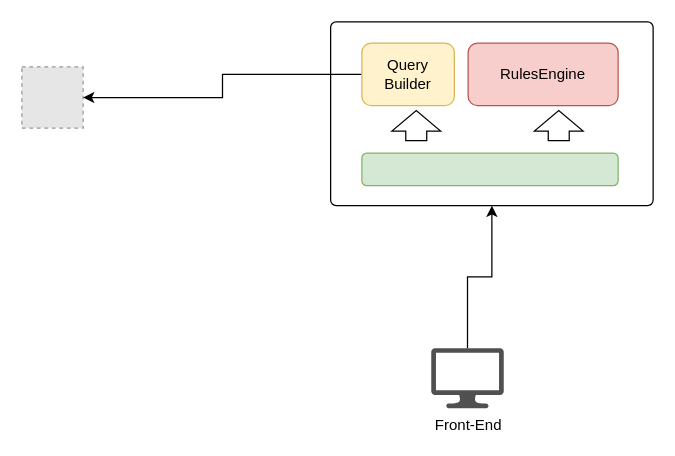
This is RulesEngine.drawio from minhtranes/rulesengine-evaluation, a draw.io file, before an edit. Source tidied: cells renumbered, new cells numbered last; positions are measured from the earlier drawing's top-left corner, leaving out a move shared by most shapes. Both pictures are drawn from the tidied source at 125%, with x=0, y=0 at pixel (21, 21). Pictures stored in the file or linked from it are replaced by grey dashed boxes.
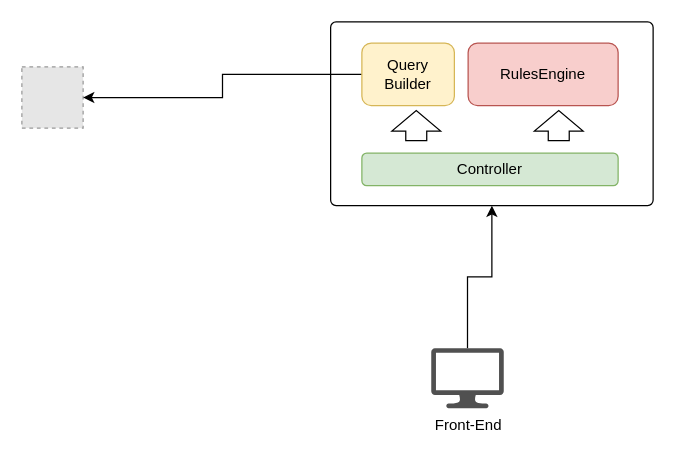
Above is the later version.

What changed in the source:
```diff
@@
 <mxGraphModel>
   <root>
     <mxCell id="0" />
     <mxCell id="1" parent="0" />
     <mxCell id="2" style="rounded=1;whiteSpace=wrap;html=1;verticalAlign=bottom;arcSize=3;" parent="1" vertex="1">
       <mxGeometry x="247" width="258" height="147" as="geometry" />
     </mxCell>
     <mxCell id="3" style="fillColor=#E6E6E6;strokeColor=#999999;dashed=1;verticalLabelPosition=bottom;labelBackgroundColor=default;verticalAlign=middle;" parent="1" vertex="1">
       <mxGeometry y="36" width="49" height="49" as="geometry" />
     </mxCell>
     <mxCell id="4" style="edgeStyle=orthogonalEdgeStyle;rounded=0;jettySize=auto;html=1;entryX=0.5;entryY=1;entryDx=0;entryDy=0;" parent="1" edge="1" source="5" target="2">
       <mxGeometry relative="1" as="geometry" />
     </mxCell>
     <mxCell id="5" value="Front-End" style="sketch=0;shadow=0;dashed=0;html=1;strokeColor=none;fillColor=#505050;labelPosition=center;verticalLabelPosition=bottom;verticalAlign=top;outlineConnect=0;align=center;shape=mxgraph.office.devices.lcd_monitor;" parent="1" vertex="1">
       <mxGeometry x="327.5" y="261" width="58" height="48" as="geometry" />
     </mxCell>
     <mxCell id="6" value="RulesEngine" style="rounded=1;whiteSpace=wrap;html=1;fillColor=#f8cecc;strokeColor=#b85450;" parent="1" vertex="1">
       <mxGeometry x="357" y="17" width="120" height="50" as="geometry" />
     </mxCell>
-    <mxCell id="7" style="rounded=1;whiteSpace=wrap;html=1;fillColor=#d5e8d4;strokeColor=#82b366;" parent="1" vertex="1">
+    <mxCell id="7" value="Controller" style="rounded=1;whiteSpace=wrap;html=1;fillColor=#d5e8d4;strokeColor=#82b366;" parent="1" vertex="1">
       <mxGeometry x="272" y="105" width="205" height="26" as="geometry" />
     </mxCell>
     <mxCell id="8" style="edgeStyle=orthogonalEdgeStyle;rounded=0;jettySize=auto;html=1;exitX=0;exitY=0.5;exitDx=0;exitDy=0;entryX=1;entryY=0.5;entryDx=0;entryDy=0;" parent="1" edge="1" source="9" target="3">
       <mxGeometry relative="1" as="geometry" />
     </mxCell>
     <mxCell id="9" value="Query Builder" style="rounded=1;whiteSpace=wrap;html=1;fillColor=#fff2cc;strokeColor=#d6b656;" parent="1" vertex="1">
       <mxGeometry x="272" y="17" width="74" height="50" as="geometry" />
     </mxCell>
     <mxCell id="10" style="html=1;shadow=0;dashed=0;align=center;verticalAlign=middle;shape=mxgraph.arrows2.arrow;dy=0.57;dx=16.4;direction=north;notch=0;" parent="1" vertex="1">
       <mxGeometry x="296" y="71" width="39" height="24" as="geometry" />
     </mxCell>
     <mxCell id="11" style="html=1;shadow=0;dashed=0;align=center;verticalAlign=middle;shape=mxgraph.arrows2.arrow;dy=0.57;dx=16.4;direction=north;notch=0;" parent="1" vertex="1">
       <mxGeometry x="410" y="71" width="39" height="24" as="geometry" />
     </mxCell>
   </root>
 </mxGraphModel>
```
